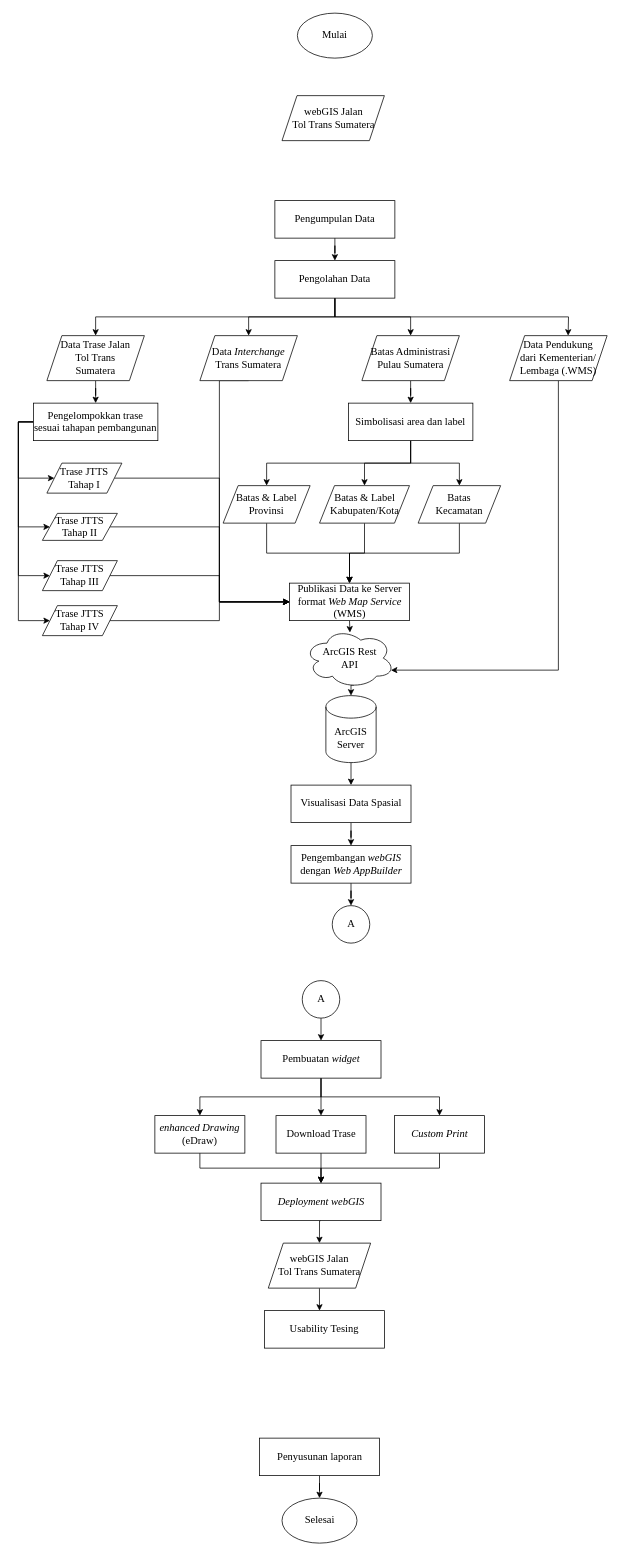
Before: proposal PA Dhany Rev-2.drawio in dhanyyudi/filediagramalir, a draw.io diagram. Source tidied: cells renumbered, new cells numbered last; positions are measured from the earlier drawing's top-left corner, leaving out a move shared by most shapes. Both pictures are drawn from the tidied source at 75%, with x=0, y=0 at pixel (18, 13).
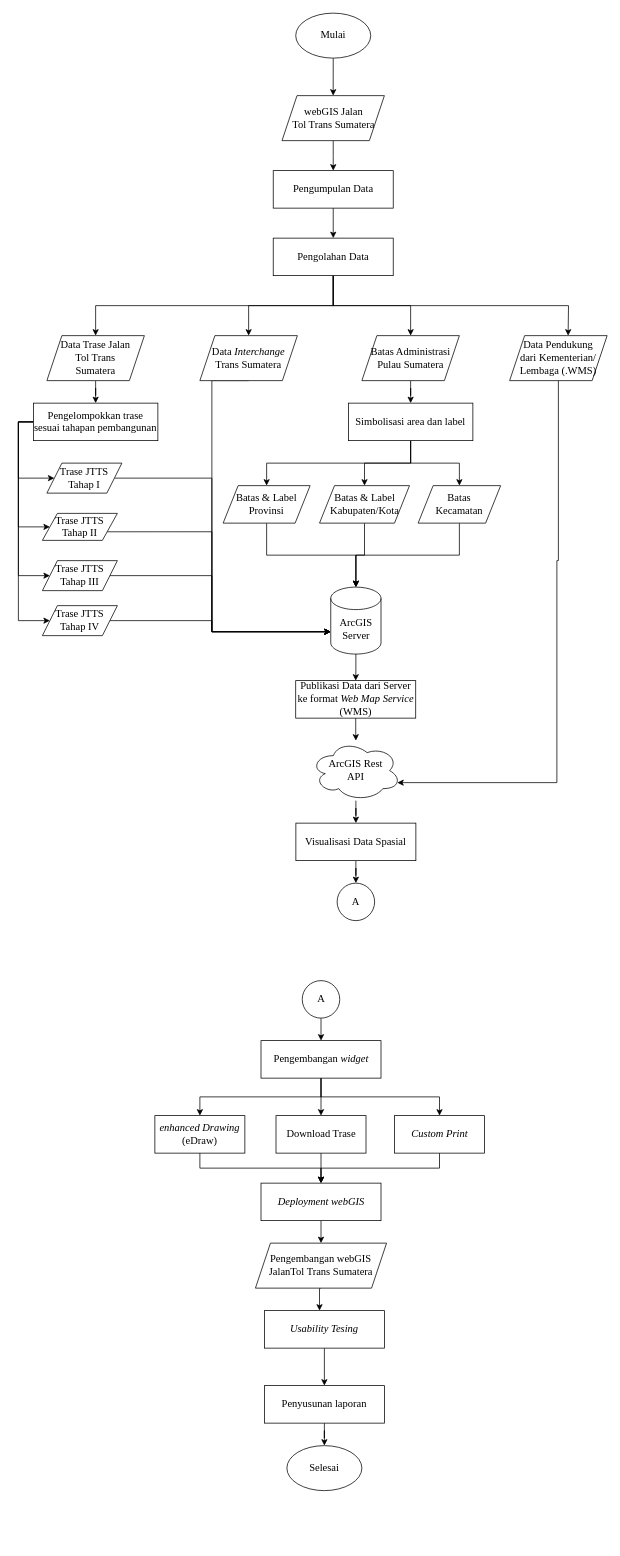
After the change.

The change refers to these unchanged cells:
```xml
<mxCell id="17" value="&lt;font face=&quot;Times New Roman&quot;&gt;&lt;span style=&quot;font-size: 14px;&quot;&gt;Trase JTTS Tahap I&lt;/span&gt;&lt;/font&gt;" style="shape=parallelogram;perimeter=parallelogramPerimeter;whiteSpace=wrap;html=1;fixedSize=1;" parent="1" vertex="1">
  <mxGeometry x="38" y="600" width="100" height="40" as="geometry" />
</mxCell>
<mxCell id="19" value="&lt;font face=&quot;Times New Roman&quot;&gt;&lt;span style=&quot;font-size: 14px;&quot;&gt;Trase JTTS Tahap II&lt;/span&gt;&lt;/font&gt;" style="shape=parallelogram;perimeter=parallelogramPerimeter;whiteSpace=wrap;html=1;fixedSize=1;" parent="1" vertex="1">
  <mxGeometry x="32" y="667" width="100" height="36" as="geometry" />
</mxCell>
<mxCell id="21" value="&lt;font face=&quot;Times New Roman&quot;&gt;&lt;span style=&quot;font-size: 14px;&quot;&gt;Trase JTTS Tahap III&lt;/span&gt;&lt;/font&gt;" style="shape=parallelogram;perimeter=parallelogramPerimeter;whiteSpace=wrap;html=1;fixedSize=1;" parent="1" vertex="1">
  <mxGeometry x="32" y="730" width="100" height="40" as="geometry" />
</mxCell>
<mxCell id="23" value="&lt;font face=&quot;Times New Roman&quot;&gt;&lt;span style=&quot;font-size: 14px;&quot;&gt;Trase JTTS Tahap IV&lt;/span&gt;&lt;/font&gt;" style="shape=parallelogram;perimeter=parallelogramPerimeter;whiteSpace=wrap;html=1;fixedSize=1;" parent="1" vertex="1">
  <mxGeometry x="32" y="790" width="100" height="40" as="geometry" />
</mxCell>
<mxCell id="25" value="&lt;font face=&quot;Times New Roman&quot; style=&quot;font-size: 14px;&quot;&gt;Data &lt;i&gt;Interchange&lt;/i&gt; Trans Sumatera&lt;/font&gt;" style="shape=parallelogram;perimeter=parallelogramPerimeter;whiteSpace=wrap;html=1;fixedSize=1;" parent="1" vertex="1">
  <mxGeometry x="242" y="430" width="130" height="60" as="geometry" />
</mxCell>
<mxCell id="31" value="&lt;font face=&quot;Times New Roman&quot;&gt;&lt;span style=&quot;font-size: 14px;&quot;&gt;Batas &amp;amp; Label Provinsi&lt;/span&gt;&lt;/font&gt;" style="shape=parallelogram;perimeter=parallelogramPerimeter;whiteSpace=wrap;html=1;fixedSize=1;" parent="1" vertex="1">
  <mxGeometry x="273" y="630" width="116" height="50" as="geometry" />
</mxCell>
<mxCell id="33" value="&lt;font face=&quot;Times New Roman&quot;&gt;&lt;span style=&quot;font-size: 14px;&quot;&gt;Batas &amp;amp; Label Kabupaten/Kota&lt;/span&gt;&lt;/font&gt;" style="shape=parallelogram;perimeter=parallelogramPerimeter;whiteSpace=wrap;html=1;fixedSize=1;" parent="1" vertex="1">
  <mxGeometry x="401.5" y="630" width="120" height="50" as="geometry" />
</mxCell>
<mxCell id="35" value="&lt;font face=&quot;Times New Roman&quot;&gt;&lt;span style=&quot;font-size: 14px;&quot;&gt;Batas &lt;br&gt;Kecamatan&lt;/span&gt;&lt;/font&gt;" style="shape=parallelogram;perimeter=parallelogramPerimeter;whiteSpace=wrap;html=1;fixedSize=1;" parent="1" vertex="1">
  <mxGeometry x="533" y="630" width="110" height="50" as="geometry" />
</mxCell>
<mxCell id="68" value="&lt;font face=&quot;Times New Roman&quot; style=&quot;font-size: 14px;&quot;&gt;Data Pendukung &lt;br&gt;dari Kementerian/&lt;br&gt;Lembaga (.WMS)&lt;/font&gt;" style="shape=parallelogram;perimeter=parallelogramPerimeter;whiteSpace=wrap;html=1;fixedSize=1;" parent="1" vertex="1">
  <mxGeometry x="655" y="430" width="130" height="60" as="geometry" />
</mxCell>
<mxCell id="72" value="&lt;font face=&quot;Times New Roman&quot;&gt;&lt;span style=&quot;font-size: 14px;&quot;&gt;webGIS Jalan &lt;br&gt;Tol Trans Sumatera&lt;/span&gt;&lt;/font&gt;" style="shape=parallelogram;perimeter=parallelogramPerimeter;whiteSpace=wrap;html=1;fixedSize=1;" parent="1" vertex="1">
  <mxGeometry x="351.5" y="110" width="136.5" height="60" as="geometry" />
</mxCell>
```

Diff of the diagram source:
```diff
@@
+    <mxCell id="74" style="edgeStyle=orthogonalEdgeStyle;rounded=0;jettySize=auto;html=1;exitX=0.5;exitY=1;exitDx=0;exitDy=0;entryX=0.5;entryY=0;entryDx=0;entryDy=0;" parent="1" edge="1" source="2" target="72">
+      <mxGeometry relative="1" as="geometry" />
+    </mxCell>
     <mxCell id="2" value="&lt;font face=&quot;Times New Roman&quot; style=&quot;font-size: 14px;&quot;&gt;Mulai&lt;/font&gt;" style="ellipse;whiteSpace=wrap;html=1;" parent="1" vertex="1">
-      <mxGeometry x="372" width="100" height="60" as="geometry" />
+      <mxGeometry x="369.8" width="100" height="60" as="geometry" />
     </mxCell>
@@
     <mxCell id="4" value="&lt;font style=&quot;font-size: 14px;&quot;&gt;Pengumpulan Data&lt;/font&gt;" style="rounded=0;whiteSpace=wrap;html=1;fontFamily=Times New Roman;" parent="1" vertex="1">
-      <mxGeometry x="342" y="250" width="160" height="50" as="geometry" />
+      <mxGeometry x="339.8" y="210" width="160" height="50" as="geometry" />
     </mxCell>
@@
     <mxCell id="9" value="&lt;font style=&quot;font-size: 14px;&quot;&gt;Pengolahan Data&lt;/font&gt;" style="rounded=0;whiteSpace=wrap;html=1;fontFamily=Times New Roman;" parent="1" vertex="1">
-      <mxGeometry x="342" y="330" width="160" height="50" as="geometry" />
+      <mxGeometry x="339.8" y="300" width="160" height="50" as="geometry" />
     </mxCell>
-    <mxCell id="10" style="edgeStyle=orthogonalEdgeStyle;rounded=0;jettySize=auto;html=1;exitX=0.5;exitY=1;exitDx=0;exitDy=0;entryX=0.5;entryY=0;entryDx=0;entryDy=0;" parent="1" edge="1" target="29">
-      <mxGeometry relative="1" as="geometry">
-        <mxPoint x="443.5" y="999.3" as="sourcePoint" />
-      </mxGeometry>
-    </mxCell>
-    <mxCell id="11" style="edgeStyle=orthogonalEdgeStyle;rounded=0;jettySize=auto;html=1;exitX=0.5;exitY=1;exitDx=0;exitDy=0;entryX=0.505;entryY=0.073;entryDx=0;entryDy=0;entryPerimeter=0;" parent="1" edge="1" source="12" target="66">
+    <mxCell id="11" style="edgeStyle=orthogonalEdgeStyle;rounded=0;jettySize=auto;html=1;" parent="1" edge="1" source="12" target="66">
       <mxGeometry relative="1" as="geometry" />
     </mxCell>
-    <mxCell id="12" value="&lt;font style=&quot;font-size: 14px;&quot;&gt;Publikasi Data ke Server format &lt;i&gt;Web Map Service&lt;/i&gt; (WMS)&lt;/font&gt;" style="rounded=0;whiteSpace=wrap;html=1;fontFamily=Times New Roman;" parent="1" vertex="1">
-      <mxGeometry x="361.5" y="760" width="160" height="50" as="geometry" />
+    <mxCell id="12" value="&lt;font style=&quot;font-size: 14px;&quot;&gt;Publikasi Data dari Server ke format &lt;i&gt;Web Map Service&lt;/i&gt; (WMS)&lt;/font&gt;" style="rounded=0;whiteSpace=wrap;html=1;fontFamily=Times New Roman;" parent="1" vertex="1">
+      <mxGeometry x="369.8" y="890" width="160" height="50" as="geometry" />
     </mxCell>
+    <mxCell id="75" style="edgeStyle=orthogonalEdgeStyle;rounded=0;jettySize=auto;html=1;exitX=0.5;exitY=1;exitDx=0;exitDy=0;exitPerimeter=0;" parent="1" edge="1" source="13" target="12">
+      <mxGeometry relative="1" as="geometry" />
+    </mxCell>
     <mxCell id="13" value="&lt;font face=&quot;Times New Roman&quot; style=&quot;font-size: 14px;&quot;&gt;ArcGIS Server&lt;/font&gt;" style="shape=cylinder3;whiteSpace=wrap;html=1;boundedLbl=1;backgroundOutline=1;size=15;" parent="1" vertex="1">
-      <mxGeometry x="410" y="910" width="67" height="89.3" as="geometry" />
+      <mxGeometry x="416.5" y="765.3" width="67" height="89.3" as="geometry" />
     </mxCell>
@@
-    <mxCell id="16" style="edgeStyle=orthogonalEdgeStyle;rounded=0;jettySize=auto;html=1;exitX=1;exitY=0.5;exitDx=0;exitDy=0;entryX=0;entryY=0.5;entryDx=0;entryDy=0;" parent="1" edge="1" source="17" target="12">
-      <mxGeometry relative="1" as="geometry">
-        <Array as="points">
-          <mxPoint x="268" y="620" />
-          <mxPoint x="268" y="785" />
-        </Array>
-      </mxGeometry>
-    </mxCell>
+    <mxCell id="76" style="edgeStyle=orthogonalEdgeStyle;rounded=0;jettySize=auto;html=1;exitX=1;exitY=0.5;exitDx=0;exitDy=0;entryX=0;entryY=0;entryDx=0;entryDy=59.4975;entryPerimeter=0;" parent="1" edge="1" source="17" target="13">
+      <mxGeometry relative="1" as="geometry">
+        <Array as="points">
+          <mxPoint x="258" y="620" />
+          <mxPoint x="258" y="825" />
+        </Array>
+      </mxGeometry>
+    </mxCell>
@@
-    <mxCell id="18" style="edgeStyle=orthogonalEdgeStyle;rounded=0;jettySize=auto;html=1;exitX=1;exitY=0.5;exitDx=0;exitDy=0;entryX=0;entryY=0.5;entryDx=0;entryDy=0;" parent="1" edge="1" source="19" target="12">
-      <mxGeometry relative="1" as="geometry">
-        <Array as="points">
-          <mxPoint x="268" y="685" />
-          <mxPoint x="268" y="785" />
-        </Array>
-      </mxGeometry>
-    </mxCell>
+    <mxCell id="77" style="edgeStyle=orthogonalEdgeStyle;rounded=0;jettySize=auto;html=1;exitX=1;exitY=0.75;exitDx=0;exitDy=0;entryX=0;entryY=0;entryDx=0;entryDy=59.4975;entryPerimeter=0;" parent="1" edge="1" source="19" target="13">
+      <mxGeometry relative="1" as="geometry">
+        <Array as="points">
+          <mxPoint x="258" y="692" />
+          <mxPoint x="258" y="825" />
+        </Array>
+      </mxGeometry>
+    </mxCell>
@@
-    <mxCell id="20" style="edgeStyle=orthogonalEdgeStyle;rounded=0;jettySize=auto;html=1;exitX=1;exitY=0.5;exitDx=0;exitDy=0;entryX=0;entryY=0.5;entryDx=0;entryDy=0;" parent="1" edge="1" source="21" target="12">
-      <mxGeometry relative="1" as="geometry">
-        <Array as="points">
-          <mxPoint x="268" y="750" />
-          <mxPoint x="268" y="785" />
-        </Array>
-      </mxGeometry>
-    </mxCell>
+    <mxCell id="78" style="edgeStyle=orthogonalEdgeStyle;rounded=0;jettySize=auto;html=1;exitX=1;exitY=0.5;exitDx=0;exitDy=0;entryX=0;entryY=0;entryDx=0;entryDy=59.4975;entryPerimeter=0;" parent="1" edge="1" source="21" target="13">
+      <mxGeometry relative="1" as="geometry">
+        <Array as="points">
+          <mxPoint x="258" y="750" />
+          <mxPoint x="258" y="825" />
+        </Array>
+      </mxGeometry>
+    </mxCell>
@@
-    <mxCell id="22" style="edgeStyle=orthogonalEdgeStyle;rounded=0;jettySize=auto;html=1;exitX=1;exitY=0.5;exitDx=0;exitDy=0;entryX=0;entryY=0.5;entryDx=0;entryDy=0;" parent="1" edge="1" source="23" target="12">
-      <mxGeometry relative="1" as="geometry">
-        <Array as="points">
-          <mxPoint x="268" y="810" />
-          <mxPoint x="268" y="785" />
-        </Array>
-      </mxGeometry>
-    </mxCell>
+    <mxCell id="79" style="edgeStyle=orthogonalEdgeStyle;rounded=0;jettySize=auto;html=1;exitX=1;exitY=0.5;exitDx=0;exitDy=0;entryX=0;entryY=0;entryDx=0;entryDy=59.4975;entryPerimeter=0;" parent="1" edge="1" source="23" target="13">
+      <mxGeometry relative="1" as="geometry">
+        <Array as="points">
+          <mxPoint x="258" y="810" />
+          <mxPoint x="258" y="825" />
+        </Array>
+      </mxGeometry>
+    </mxCell>
@@
-    <mxCell id="24" style="edgeStyle=orthogonalEdgeStyle;rounded=0;jettySize=auto;html=1;exitX=0.5;exitY=1;exitDx=0;exitDy=0;entryX=0;entryY=0.5;entryDx=0;entryDy=0;" parent="1" edge="1" source="25" target="12">
-      <mxGeometry relative="1" as="geometry">
-        <Array as="points">
-          <mxPoint x="268" y="490" />
-          <mxPoint x="268" y="785" />
-        </Array>
-      </mxGeometry>
-    </mxCell>
+    <mxCell id="80" style="edgeStyle=orthogonalEdgeStyle;rounded=0;jettySize=auto;html=1;exitX=0.5;exitY=1;exitDx=0;exitDy=0;entryX=0;entryY=0;entryDx=0;entryDy=59.4975;entryPerimeter=0;" parent="1" edge="1" source="25" target="13">
+      <mxGeometry relative="1" as="geometry">
+        <Array as="points">
+          <mxPoint x="258" y="490" />
+          <mxPoint x="258" y="825" />
+        </Array>
+      </mxGeometry>
+    </mxCell>
@@
-    <mxCell id="28" style="edgeStyle=orthogonalEdgeStyle;rounded=0;jettySize=auto;html=1;exitX=0.5;exitY=1;exitDx=0;exitDy=0;" parent="1" edge="1" source="29" target="46">
-      <mxGeometry relative="1" as="geometry" />
-    </mxCell>
+    <mxCell id="81" style="edgeStyle=orthogonalEdgeStyle;rounded=0;jettySize=auto;html=1;" parent="1" edge="1" source="29" target="69">
+      <mxGeometry relative="1" as="geometry" />
+    </mxCell>
     <mxCell id="29" value="&lt;span style=&quot;font-size: 14px;&quot;&gt;Visualisasi Data Spasial&lt;/span&gt;" style="rounded=0;whiteSpace=wrap;html=1;fontFamily=Times New Roman;" parent="1" vertex="1">
-      <mxGeometry x="363.5" y="1029.3" width="160" height="50" as="geometry" />
+      <mxGeometry x="370" y="1080" width="160" height="50" as="geometry" />
     </mxCell>
-    <mxCell id="30" style="edgeStyle=orthogonalEdgeStyle;rounded=0;jettySize=auto;html=1;exitX=0.5;exitY=1;exitDx=0;exitDy=0;" parent="1" edge="1" source="31" target="12">
-      <mxGeometry relative="1" as="geometry" />
-    </mxCell>
+    <mxCell id="82" style="edgeStyle=orthogonalEdgeStyle;rounded=0;jettySize=auto;html=1;exitX=0.5;exitY=1;exitDx=0;exitDy=0;" parent="1" edge="1" source="31" target="13">
+      <mxGeometry relative="1" as="geometry" />
+    </mxCell>
@@
-    <mxCell id="32" style="edgeStyle=orthogonalEdgeStyle;rounded=0;jettySize=auto;html=1;exitX=0.5;exitY=1;exitDx=0;exitDy=0;entryX=0.5;entryY=0;entryDx=0;entryDy=0;" parent="1" edge="1" source="33" target="12">
-      <mxGeometry relative="1" as="geometry" />
-    </mxCell>
+    <mxCell id="83" style="edgeStyle=orthogonalEdgeStyle;rounded=0;jettySize=auto;html=1;exitX=0.5;exitY=1;exitDx=0;exitDy=0;entryX=0.5;entryY=0;entryDx=0;entryDy=0;entryPerimeter=0;" parent="1" edge="1" source="33" target="13">
+      <mxGeometry relative="1" as="geometry" />
+    </mxCell>
@@
-    <mxCell id="34" style="edgeStyle=orthogonalEdgeStyle;rounded=0;jettySize=auto;html=1;exitX=0.5;exitY=1;exitDx=0;exitDy=0;entryX=0.5;entryY=0;entryDx=0;entryDy=0;" parent="1" edge="1" source="35" target="12">
-      <mxGeometry relative="1" as="geometry" />
-    </mxCell>
+    <mxCell id="84" style="edgeStyle=orthogonalEdgeStyle;rounded=0;jettySize=auto;html=1;exitX=0.5;exitY=1;exitDx=0;exitDy=0;entryX=0.5;entryY=0;entryDx=0;entryDy=0;entryPerimeter=0;" parent="1" edge="1" source="35" target="13">
+      <mxGeometry relative="1" as="geometry" />
+    </mxCell>
@@
-    <mxCell id="45" style="edgeStyle=orthogonalEdgeStyle;rounded=0;jettySize=auto;html=1;exitX=0.5;exitY=1;exitDx=0;exitDy=0;" parent="1" edge="1" source="46" target="69">
-      <mxGeometry relative="1" as="geometry" />
-    </mxCell>
-    <mxCell id="46" value="&lt;font style=&quot;font-size: 14px;&quot;&gt;Pengembangan&amp;nbsp;&lt;i&gt;webGIS&lt;/i&gt; dengan &lt;i&gt;Web AppBuilder&lt;/i&gt;&lt;/font&gt;" style="rounded=0;whiteSpace=wrap;html=1;fontFamily=Times New Roman;" parent="1" vertex="1">
-      <mxGeometry x="363.5" y="1110" width="160" height="50" as="geometry" />
-    </mxCell>
@@
-    <mxCell id="50" value="&lt;font style=&quot;font-size: 14px;&quot;&gt;Pembuatan &lt;i&gt;widget&lt;/i&gt;&lt;/font&gt;" style="rounded=0;whiteSpace=wrap;html=1;fontFamily=Times New Roman;" parent="1" vertex="1">
+    <mxCell id="50" value="&lt;font style=&quot;font-size: 14px;&quot;&gt;Pengembangan&amp;nbsp;&lt;i&gt;widget&lt;/i&gt;&lt;/font&gt;" style="rounded=0;whiteSpace=wrap;html=1;fontFamily=Times New Roman;" parent="1" vertex="1">
       <mxGeometry x="323.5" y="1370" width="160" height="50" as="geometry" />
     </mxCell>
@@
-    <mxCell id="60" value="&lt;font face=&quot;Times New Roman&quot;&gt;&lt;span style=&quot;font-size: 14px;&quot;&gt;webGIS Jalan &lt;br&gt;Tol Trans Sumatera&lt;/span&gt;&lt;/font&gt;" style="shape=parallelogram;perimeter=parallelogramPerimeter;whiteSpace=wrap;html=1;fixedSize=1;" parent="1" vertex="1">
-      <mxGeometry x="333.2" y="1640" width="136.5" height="60" as="geometry" />
+    <mxCell id="60" value="&lt;font face=&quot;Times New Roman&quot;&gt;&lt;span style=&quot;font-size: 14px;&quot;&gt;Pengembangan webGIS &lt;br&gt;JalanTol Trans Sumatera&lt;/span&gt;&lt;/font&gt;" style="shape=parallelogram;perimeter=parallelogramPerimeter;whiteSpace=wrap;html=1;fixedSize=1;" parent="1" vertex="1">
+      <mxGeometry x="316.1" y="1640" width="174.8" height="60" as="geometry" />
     </mxCell>
@@
     <mxCell id="62" value="&lt;font face=&quot;Times New Roman&quot; style=&quot;font-size: 14px;&quot;&gt;Selesai&lt;/font&gt;" style="ellipse;whiteSpace=wrap;html=1;" parent="1" vertex="1">
-      <mxGeometry x="351.5" y="1980" width="100" height="60" as="geometry" />
+      <mxGeometry x="358" y="1910" width="100" height="60" as="geometry" />
     </mxCell>
@@
     <mxCell id="64" value="&lt;font style=&quot;font-size: 14px;&quot;&gt;Penyusunan laporan&lt;/font&gt;" style="rounded=0;whiteSpace=wrap;html=1;fontFamily=Times New Roman;" parent="1" vertex="1">
-      <mxGeometry x="321.5" y="1900" width="160" height="50" as="geometry" />
+      <mxGeometry x="328" y="1830" width="160" height="50" as="geometry" />
     </mxCell>
-    <mxCell id="65" style="edgeStyle=orthogonalEdgeStyle;rounded=0;jettySize=auto;html=1;exitX=0.55;exitY=0.95;exitDx=0;exitDy=0;exitPerimeter=0;entryX=0.5;entryY=0;entryDx=0;entryDy=0;entryPerimeter=0;" parent="1" edge="1" source="66" target="13">
-      <mxGeometry relative="1" as="geometry" />
-    </mxCell>
+    <mxCell id="85" style="edgeStyle=orthogonalEdgeStyle;rounded=0;jettySize=auto;html=1;" parent="1" edge="1" source="66" target="29">
+      <mxGeometry relative="1" as="geometry" />
+    </mxCell>
     <mxCell id="66" value="&lt;font face=&quot;Times New Roman&quot; style=&quot;font-size: 14px;&quot;&gt;ArcGIS Rest &lt;br&gt;API&lt;/font&gt;" style="ellipse;shape=cloud;whiteSpace=wrap;html=1;" parent="1" vertex="1">
-      <mxGeometry x="381.5" y="820" width="120" height="80" as="geometry" />
+      <mxGeometry x="390" y="970" width="120" height="80" as="geometry" />
     </mxCell>
     <mxCell id="67" style="edgeStyle=orthogonalEdgeStyle;rounded=0;jettySize=auto;html=1;exitX=0.5;exitY=1;exitDx=0;exitDy=0;entryX=0.96;entryY=0.7;entryDx=0;entryDy=0;entryPerimeter=0;" parent="1" edge="1" source="68" target="66">
       <mxGeometry relative="1" as="geometry">
         <Array as="points">
-          <mxPoint x="720" y="876" />
+          <mxPoint x="720" y="730" />
+          <mxPoint x="718" y="730" />
+          <mxPoint x="718" y="1026" />
         </Array>
       </mxGeometry>
     </mxCell>
@@
     <mxCell id="69" value="&lt;font style=&quot;font-size: 14px;&quot; face=&quot;Times New Roman&quot;&gt;A&lt;/font&gt;" style="ellipse;whiteSpace=wrap;html=1;" parent="1" vertex="1">
-      <mxGeometry x="418.5" y="1190" width="50" height="50" as="geometry" />
+      <mxGeometry x="425" y="1160" width="50" height="50" as="geometry" />
     </mxCell>
@@
+    <mxCell id="86" style="edgeStyle=orthogonalEdgeStyle;rounded=0;jettySize=auto;html=1;" parent="1" edge="1" source="72" target="4">
+      <mxGeometry relative="1" as="geometry" />
+    </mxCell>
@@
+    <mxCell id="87" style="edgeStyle=orthogonalEdgeStyle;rounded=0;jettySize=auto;html=1;" parent="1" edge="1" source="73" target="64">
+      <mxGeometry relative="1" as="geometry" />
+    </mxCell>
-    <mxCell id="73" value="&lt;span style=&quot;font-size: 14px;&quot;&gt;Usability Tesing&lt;/span&gt;" style="rounded=0;whiteSpace=wrap;html=1;fontFamily=Times New Roman;" parent="1" vertex="1">
+    <mxCell id="73" value="&lt;span style=&quot;font-size: 14px;&quot;&gt;&lt;i&gt;Usability Tesing&lt;/i&gt;&lt;/span&gt;" style="rounded=0;whiteSpace=wrap;html=1;fontFamily=Times New Roman;" parent="1" vertex="1">
       <mxGeometry x="328" y="1730" width="160" height="50" as="geometry" />
     </mxCell>
```
